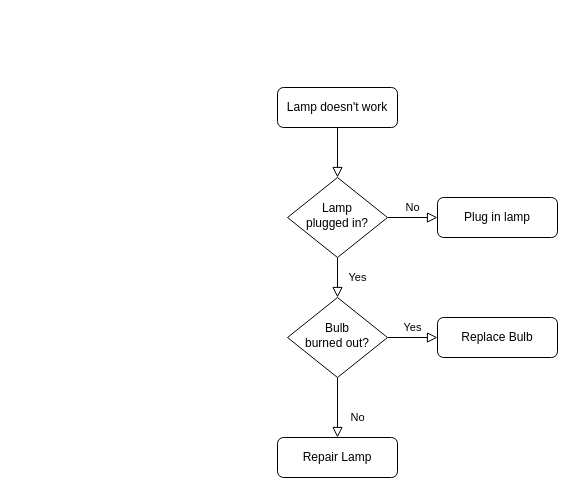
Before: Untitled Diagram.drawio in daus7768/desktop-tutorial, a draw.io diagram. Source tidied: cells renumbered, new cells numbered last; positions are measured from the earlier drawing's top-left corner, leaving out a move shared by most shapes. Both pictures are drawn from the tidied source at 100%, with x=0, y=0 at pixel (277, 87).
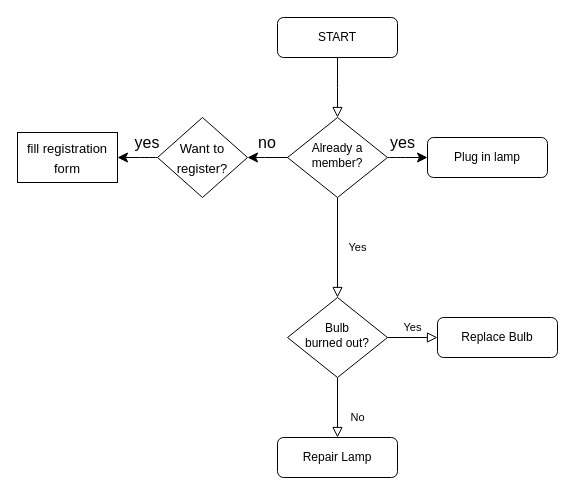
The same diagram, later.

Commit message:
ip_agent_product management

Change to the diagram source:
```diff
@@
-    <mxCell id="2" style="rounded=0;html=1;jettySize=auto;fontSize=11;endArrow=block;endFill=0;endSize=8;strokeWidth=1;shadow=0;labelBackgroundColor=none;edgeStyle=orthogonalEdgeStyle;" parent="1" edge="1" source="3" target="6">
-      <mxGeometry relative="1" as="geometry" />
+    <mxCell id="2" style="rounded=0;html=1;jettySize=auto;fontSize=11;endArrow=block;endFill=0;endSize=8;strokeWidth=1;shadow=0;labelBackgroundColor=none;edgeStyle=orthogonalEdgeStyle;" parent="1" edge="1" source="3">
+      <mxGeometry relative="1" as="geometry">
+        <mxPoint x="60" y="30" as="targetPoint" />
+      </mxGeometry>
     </mxCell>
-    <mxCell id="3" value="Lamp doesn't work" style="rounded=1;whiteSpace=wrap;html=1;fontSize=12;glass=0;strokeWidth=1;shadow=0;" parent="1" vertex="1">
-      <mxGeometry width="120" height="40" as="geometry" />
+    <mxCell id="3" value="START" style="rounded=1;whiteSpace=wrap;html=1;fontSize=12;glass=0;strokeWidth=1;shadow=0;" parent="1" vertex="1">
+      <mxGeometry y="-70" width="120" height="40" as="geometry" />
     </mxCell>
@@
-    <mxCell id="5" value="No" style="edgeStyle=orthogonalEdgeStyle;rounded=0;html=1;jettySize=auto;fontSize=11;endArrow=block;endFill=0;endSize=8;strokeWidth=1;shadow=0;labelBackgroundColor=none;" parent="1" edge="1" source="6" target="7">
-      <mxGeometry y="10" relative="1" as="geometry" />
+    <mxCell id="5" style="edgeStyle=none;curved=1;rounded=0;jettySize=auto;html=1;fontSize=12;startSize=8;endSize=8;entryX=0;entryY=0.5;entryDx=0;entryDy=0;" parent="1" edge="1" source="6" target="7">
+      <mxGeometry relative="1" as="geometry" />
     </mxCell>
-    <mxCell id="6" value="Lamp&lt;br&gt;plugged in?" style="rhombus;whiteSpace=wrap;html=1;shadow=0;fontFamily=Helvetica;fontSize=12;align=center;strokeWidth=1;spacing=6;spacingTop=-4;" parent="1" vertex="1">
-      <mxGeometry x="10" y="90" width="100" height="80" as="geometry" />
+    <mxCell id="6" value="Already a member?" style="rhombus;whiteSpace=wrap;html=1;shadow=0;fontFamily=Helvetica;fontSize=12;align=center;strokeWidth=1;spacing=6;spacingTop=-4;" parent="1" vertex="1">
+      <mxGeometry x="10" y="30" width="100" height="80" as="geometry" />
     </mxCell>
     <mxCell id="7" value="Plug in lamp" style="rounded=1;whiteSpace=wrap;html=1;fontSize=12;glass=0;strokeWidth=1;shadow=0;" parent="1" vertex="1">
-      <mxGeometry x="160" y="110" width="120" height="40" as="geometry" />
+      <mxGeometry x="150" y="50" width="120" height="40" as="geometry" />
     </mxCell>
@@
+    <mxCell id="13" style="endArrow=classic;html=1;rounded=0;fontSize=12;startSize=8;endSize=8;curved=1;exitX=0;exitY=0.5;exitDx=0;exitDy=0;" parent="1" edge="1">
+      <mxGeometry relative="1" as="geometry">
+        <mxPoint x="-30" y="70" as="sourcePoint" />
+        <mxPoint x="-30" y="70" as="targetPoint" />
+      </mxGeometry>
+    </mxCell>
+    <mxCell id="14" value="yes" style="text;html=1;align=center;verticalAlign=middle;strokeColor=none;fillColor=none;fontSize=16;" parent="1" vertex="1">
+      <mxGeometry x="100" y="40" width="50" height="30" as="geometry" />
+    </mxCell>
+    <mxCell id="15" style="endArrow=classic;html=1;rounded=0;fontSize=12;startSize=8;endSize=8;curved=1;exitX=0;exitY=0.5;exitDx=0;exitDy=0;" parent="1" edge="1" source="6">
+      <mxGeometry relative="1" as="geometry">
+        <mxPoint x="-30" y="70" as="targetPoint" />
+        <Array as="points">
+          <mxPoint x="-20" y="70" />
+        </Array>
+      </mxGeometry>
+    </mxCell>
+    <mxCell id="16" value="no" style="text;html=1;strokeColor=none;fillColor=none;align=center;verticalAlign=middle;whiteSpace=wrap;rounded=0;fontSize=16;" parent="1" vertex="1">
+      <mxGeometry x="-40" y="40" width="60" height="30" as="geometry" />
+    </mxCell>
+    <mxCell id="17" style="edgeStyle=none;curved=1;rounded=0;jettySize=auto;html=1;fontSize=12;startSize=8;endSize=8;" parent="1" edge="1" source="18" target="19">
+      <mxGeometry relative="1" as="geometry" />
+    </mxCell>
+    <mxCell id="18" value="&lt;font style=&quot;font-size: 13px;&quot;&gt;Want to register?&lt;/font&gt;" style="rhombus;whiteSpace=wrap;html=1;fontSize=16;" parent="1" vertex="1">
+      <mxGeometry x="-120" y="30" width="90" height="80" as="geometry" />
+    </mxCell>
+    <mxCell id="19" value="&lt;font style=&quot;font-size: 13px;&quot;&gt;fill registration form&lt;/font&gt;" style="rounded=0;whiteSpace=wrap;html=1;fontSize=16;" parent="1" vertex="1">
+      <mxGeometry x="-260" y="45" width="100" height="50" as="geometry" />
+    </mxCell>
+    <mxCell id="20" value="yes" style="text;html=1;strokeColor=none;fillColor=none;align=center;verticalAlign=middle;whiteSpace=wrap;rounded=0;fontSize=16;" parent="1" vertex="1">
+      <mxGeometry x="-160" y="40" width="60" height="30" as="geometry" />
+    </mxCell>
```
